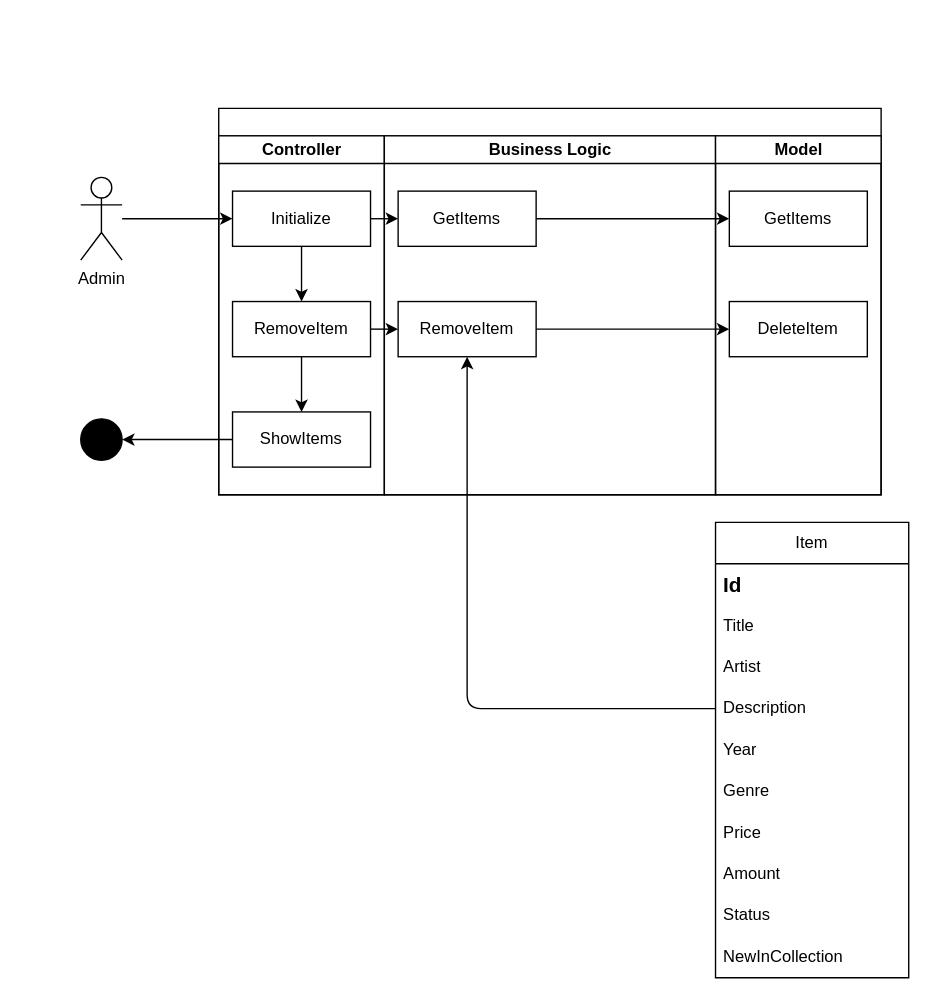
The draw.io diagram diagrams/ASD/RemoveItem.drawio in JochemGrootherder/educom-webshop-runtime-records, before the edit. Source tidied: cells renumbered, new cells numbered last; positions are measured from the earlier drawing's top-left corner, leaving out a move shared by most shapes. Both pictures are drawn from the tidied source at 138%, with x=0, y=0 at pixel (80, 108).
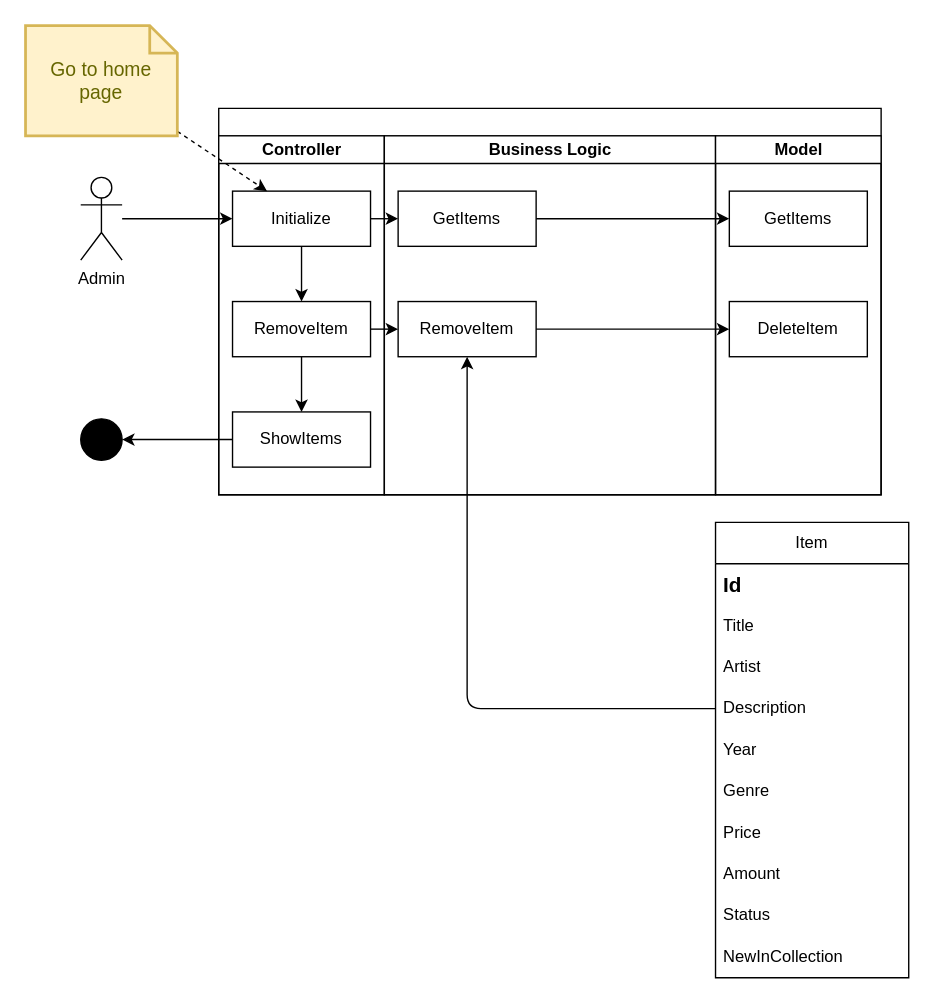
The same diagram, later.

The change refers to these unchanged cells:
```xml
<mxCell id="5" value="Initialize" style="rounded=0;whiteSpace=wrap;html=1;" parent="3" vertex="1">
  <mxGeometry x="10" y="40" width="100" height="40" as="geometry" />
</mxCell>
```

What changed in the source:
```diff
@@
+    <mxCell id="35" style="edgeStyle=none;html=1;dashed=1;entryX=0.25;entryY=0;entryDx=0;entryDy=0;" parent="1" edge="1" source="36" target="5">
+      <mxGeometry relative="1" as="geometry" />
+    </mxCell>
+    <mxCell id="36" value="Go to home page" style="shape=note;strokeWidth=2;fontSize=14;size=20;whiteSpace=wrap;html=1;fillColor=#fff2cc;strokeColor=#d6b656;fontColor=#666600;" parent="1" vertex="1">
+      <mxGeometry x="-40" y="-60" width="110" height="80" as="geometry" />
+    </mxCell>
```
